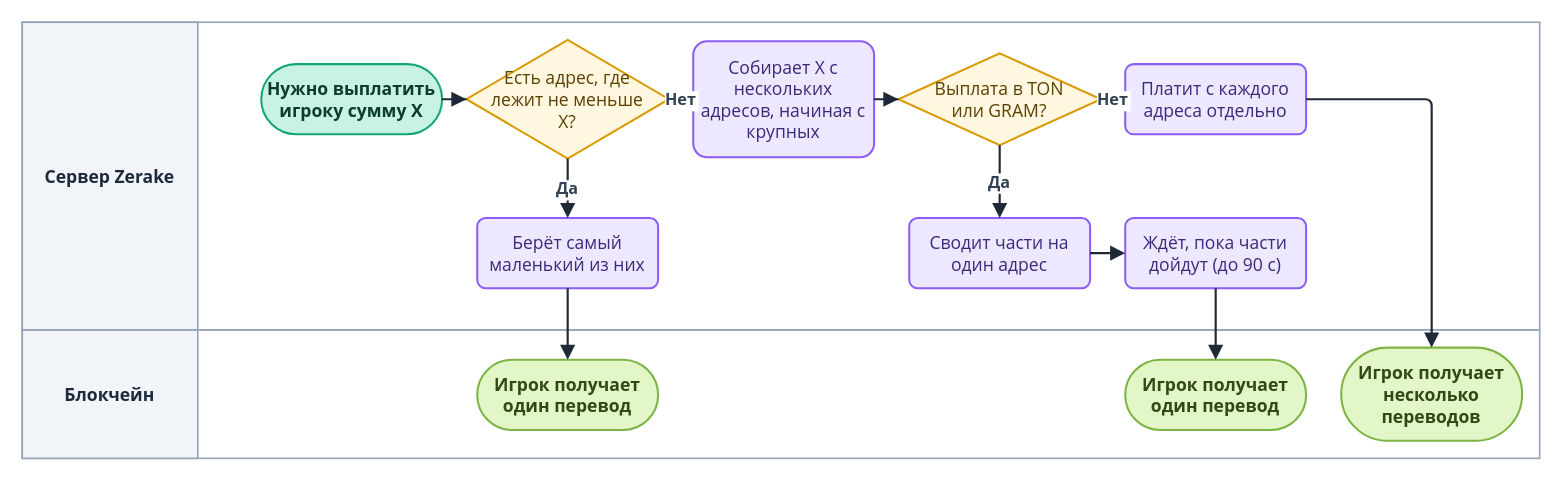
Before: diagrams/drawio/payout-sources.drawio in LILSUFFER/zerake-docs, a draw.io diagram. Source tidied: cells renumbered, new cells numbered last; positions are measured from the earlier drawing's top-left corner, leaving out a move shared by most shapes. Both pictures are drawn from the tidied source at 135%, with x=0, y=0 at pixel (22, 22).
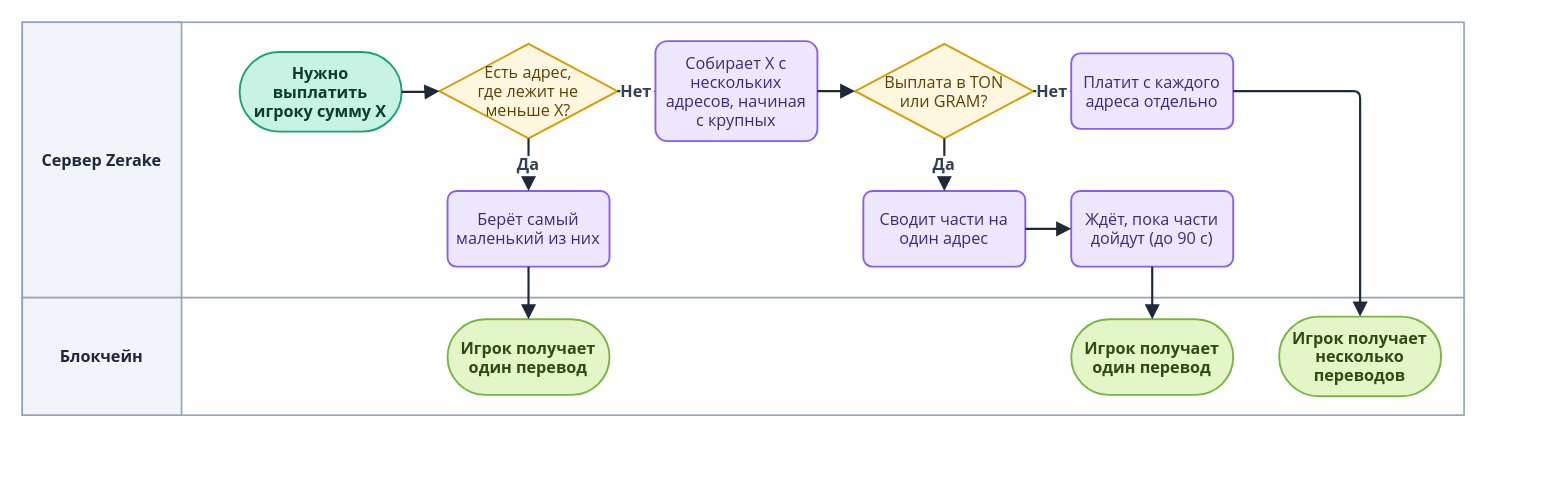
The same diagram, later.

Diff of the diagram source:
```diff
@@
     <mxCell id="2" style="rounded=0;html=0;fillColor=#FFFFFF;strokeColor=#94A3B8;strokeWidth=1.2;" parent="1" vertex="1">
-      <mxGeometry width="1124" height="228" as="geometry" />
+      <mxGeometry width="1068" height="204" as="geometry" />
     </mxCell>
-    <mxCell id="3" value="Сервер Zerake" style="rounded=0;html=0;fillColor=#F1F4F9;strokeColor=#94A3B8;strokeWidth=1.2;fontColor=#1E293B;fontStyle=1;fontSize=13;fontFamily=Segoe UI;align=center;verticalAlign=middle;" parent="1" vertex="1">
-      <mxGeometry width="130" height="228" as="geometry" />
+    <mxCell id="3" value="Сервер Zerake" style="rounded=0;html=0;fillColor=#F1F4F9;strokeColor=#94A3B8;strokeWidth=1.2;fontColor=#1E293B;fontStyle=1;fontSize=12;fontFamily=Segoe UI;align=center;verticalAlign=middle;" parent="1" vertex="1">
+      <mxGeometry width="118" height="204" as="geometry" />
     </mxCell>
     <mxCell id="4" style="rounded=0;html=0;fillColor=#FFFFFF;strokeColor=#94A3B8;strokeWidth=1.2;" parent="1" vertex="1">
-      <mxGeometry y="228" width="1124" height="95" as="geometry" />
+      <mxGeometry y="204" width="1068" height="87" as="geometry" />
     </mxCell>
-    <mxCell id="5" value="Блокчейн" style="rounded=0;html=0;fillColor=#F1F4F9;strokeColor=#94A3B8;strokeWidth=1.2;fontColor=#1E293B;fontStyle=1;fontSize=13;fontFamily=Segoe UI;align=center;verticalAlign=middle;" parent="1" vertex="1">
-      <mxGeometry y="228" width="130" height="95" as="geometry" />
+    <mxCell id="5" value="Блокчейн" style="rounded=0;html=0;fillColor=#F1F4F9;strokeColor=#94A3B8;strokeWidth=1.2;fontColor=#1E293B;fontStyle=1;fontSize=12;fontFamily=Segoe UI;align=center;verticalAlign=middle;" parent="1" vertex="1">
+      <mxGeometry y="204" width="118" height="87" as="geometry" />
     </mxCell>
-    <mxCell id="6" value="Нужно выплатить&#10;игроку сумму X" style="rounded=1;arcSize=50;html=0;fontStyle=1;fillColor=#C7F2E4;strokeColor=#12A477;fontColor=#0B3D2C;fontFamily=Segoe UI;fontSize=13;strokeWidth=1.5;" parent="1" vertex="1">
-      <mxGeometry x="177" y="31" width="134" height="52" as="geometry" />
+    <mxCell id="6" value="Нужно&#10;выплатить&#10;игроку сумму X" style="rounded=1;arcSize=50;html=0;fontStyle=1;fillColor=#C7F2E4;strokeColor=#12A477;fontColor=#0B3D2C;fontFamily=Segoe UI;fontSize=12;strokeWidth=1.4;" parent="1" vertex="1">
+      <mxGeometry x="161" y="22" width="120" height="59" as="geometry" />
     </mxCell>
-    <mxCell id="7" value="Есть адрес, где&#10;лежит не меньше&#10;X?" style="rhombus;html=0;fillColor=#FFF7E0;strokeColor=#D99A00;fontColor=#5C4100;fontFamily=Segoe UI;fontSize=13;strokeWidth=1.5;" parent="1" vertex="1">
-      <mxGeometry x="329" y="13" width="150" height="88" as="geometry" />
+    <mxCell id="7" value="Есть адрес,&#10;где лежит не&#10;меньше X?" style="rhombus;html=0;fillColor=#FFF7E0;strokeColor=#D99A00;fontColor=#5C4100;fontFamily=Segoe UI;fontSize=12;strokeWidth=1.4;" parent="1" vertex="1">
+      <mxGeometry x="309" y="16" width="132" height="70" as="geometry" />
     </mxCell>
-    <mxCell id="8" value="Берёт самый&#10;маленький из них" style="rounded=1;arcSize=12;html=0;fillColor=#EDE7FF;strokeColor=#8B5CF6;fontColor=#3B2A7A;fontFamily=Segoe UI;fontSize=13;strokeWidth=1.5;" parent="1" vertex="1">
-      <mxGeometry x="337" y="145" width="134" height="52" as="geometry" />
+    <mxCell id="8" value="Берёт самый&#10;маленький из них" style="rounded=1;arcSize=12;html=0;fillColor=#EDE7FF;strokeColor=#8B5CF6;fontColor=#3B2A7A;fontFamily=Segoe UI;fontSize=12;strokeWidth=1.4;" parent="1" vertex="1">
+      <mxGeometry x="315" y="125" width="120" height="56" as="geometry" />
     </mxCell>
-    <mxCell id="9" value="Игрок получает&#10;один перевод" style="rounded=1;arcSize=50;html=0;fontStyle=1;fillColor=#E3F6C8;strokeColor=#7CB342;fontColor=#2F4A12;fontFamily=Segoe UI;fontSize=13;strokeWidth=1.5;" parent="1" vertex="1">
-      <mxGeometry x="337" y="250" width="134" height="52" as="geometry" />
+    <mxCell id="9" value="Игрок получает&#10;один перевод" style="rounded=1;arcSize=50;html=0;fontStyle=1;fillColor=#E3F6C8;strokeColor=#7CB342;fontColor=#2F4A12;fontFamily=Segoe UI;fontSize=12;strokeWidth=1.4;" parent="1" vertex="1">
+      <mxGeometry x="315" y="220" width="120" height="56" as="geometry" />
     </mxCell>
-    <mxCell id="10" value="Собирает X с&#10;нескольких&#10;адресов, начиная с&#10;крупных" style="rounded=1;arcSize=12;html=0;fillColor=#EDE7FF;strokeColor=#8B5CF6;fontColor=#3B2A7A;fontFamily=Segoe UI;fontSize=13;strokeWidth=1.5;" parent="1" vertex="1">
-      <mxGeometry x="497" y="14" width="134" height="86" as="geometry" />
+    <mxCell id="10" value="Собирает X с&#10;нескольких&#10;адресов, начиная&#10;с крупных" style="rounded=1;arcSize=12;html=0;fillColor=#EDE7FF;strokeColor=#8B5CF6;fontColor=#3B2A7A;fontFamily=Segoe UI;fontSize=12;strokeWidth=1.4;" parent="1" vertex="1">
+      <mxGeometry x="469" y="14" width="120" height="74" as="geometry" />
     </mxCell>
-    <mxCell id="11" value="Выплата в TON&#10;или GRAM?" style="rhombus;html=0;fillColor=#FFF7E0;strokeColor=#D99A00;fontColor=#5C4100;fontFamily=Segoe UI;fontSize=13;strokeWidth=1.5;" parent="1" vertex="1">
-      <mxGeometry x="649" y="23" width="150" height="68" as="geometry" />
+    <mxCell id="11" value="Выплата в TON&#10;или GRAM?" style="rhombus;html=0;fillColor=#FFF7E0;strokeColor=#D99A00;fontColor=#5C4100;fontFamily=Segoe UI;fontSize=12;strokeWidth=1.4;" parent="1" vertex="1">
+      <mxGeometry x="617" y="16" width="132" height="70" as="geometry" />
     </mxCell>
-    <mxCell id="12" value="Сводит части на&#10;один адрес" style="rounded=1;arcSize=12;html=0;fillColor=#EDE7FF;strokeColor=#8B5CF6;fontColor=#3B2A7A;fontFamily=Segoe UI;fontSize=13;strokeWidth=1.5;" parent="1" vertex="1">
-      <mxGeometry x="657" y="145" width="134" height="52" as="geometry" />
+    <mxCell id="12" value="Сводит части на&#10;один адрес" style="rounded=1;arcSize=12;html=0;fillColor=#EDE7FF;strokeColor=#8B5CF6;fontColor=#3B2A7A;fontFamily=Segoe UI;fontSize=12;strokeWidth=1.4;" parent="1" vertex="1">
+      <mxGeometry x="623" y="125" width="120" height="56" as="geometry" />
     </mxCell>
-    <mxCell id="13" value="Ждёт, пока части&#10;дойдут (до 90 с)" style="rounded=1;arcSize=12;html=0;fillColor=#EDE7FF;strokeColor=#8B5CF6;fontColor=#3B2A7A;fontFamily=Segoe UI;fontSize=13;strokeWidth=1.5;" parent="1" vertex="1">
-      <mxGeometry x="817" y="145" width="134" height="52" as="geometry" />
+    <mxCell id="13" value="Ждёт, пока части&#10;дойдут (до 90 с)" style="rounded=1;arcSize=12;html=0;fillColor=#EDE7FF;strokeColor=#8B5CF6;fontColor=#3B2A7A;fontFamily=Segoe UI;fontSize=12;strokeWidth=1.4;" parent="1" vertex="1">
+      <mxGeometry x="777" y="125" width="120" height="56" as="geometry" />
     </mxCell>
-    <mxCell id="14" value="Игрок получает&#10;один перевод" style="rounded=1;arcSize=50;html=0;fontStyle=1;fillColor=#E3F6C8;strokeColor=#7CB342;fontColor=#2F4A12;fontFamily=Segoe UI;fontSize=13;strokeWidth=1.5;" parent="1" vertex="1">
-      <mxGeometry x="817" y="250" width="134" height="52" as="geometry" />
+    <mxCell id="14" value="Игрок получает&#10;один перевод" style="rounded=1;arcSize=50;html=0;fontStyle=1;fillColor=#E3F6C8;strokeColor=#7CB342;fontColor=#2F4A12;fontFamily=Segoe UI;fontSize=12;strokeWidth=1.4;" parent="1" vertex="1">
+      <mxGeometry x="777" y="220" width="120" height="56" as="geometry" />
     </mxCell>
-    <mxCell id="15" value="Платит с каждого&#10;адреса отдельно" style="rounded=1;arcSize=12;html=0;fillColor=#EDE7FF;strokeColor=#8B5CF6;fontColor=#3B2A7A;fontFamily=Segoe UI;fontSize=13;strokeWidth=1.5;" parent="1" vertex="1">
-      <mxGeometry x="817" y="31" width="134" height="52" as="geometry" />
+    <mxCell id="15" value="Платит с каждого&#10;адреса отдельно" style="rounded=1;arcSize=12;html=0;fillColor=#EDE7FF;strokeColor=#8B5CF6;fontColor=#3B2A7A;fontFamily=Segoe UI;fontSize=12;strokeWidth=1.4;" parent="1" vertex="1">
+      <mxGeometry x="777" y="23" width="120" height="56" as="geometry" />
     </mxCell>
-    <mxCell id="16" value="Игрок получает&#10;несколько&#10;переводов" style="rounded=1;arcSize=50;html=0;fontStyle=1;fillColor=#E3F6C8;strokeColor=#7CB342;fontColor=#2F4A12;fontFamily=Segoe UI;fontSize=13;strokeWidth=1.5;" parent="1" vertex="1">
-      <mxGeometry x="977" y="241" width="134" height="69" as="geometry" />
+    <mxCell id="16" value="Игрок получает&#10;несколько&#10;переводов" style="rounded=1;arcSize=50;html=0;fontStyle=1;fillColor=#E3F6C8;strokeColor=#7CB342;fontColor=#2F4A12;fontFamily=Segoe UI;fontSize=12;strokeWidth=1.4;" parent="1" vertex="1">
+      <mxGeometry x="931" y="218" width="120" height="59" as="geometry" />
     </mxCell>
```
